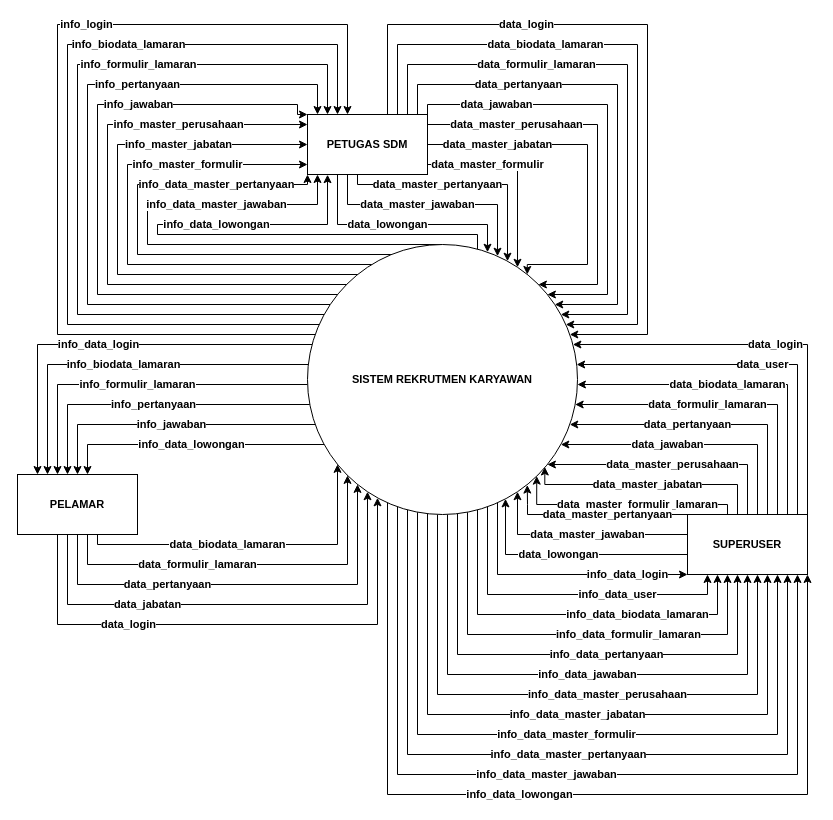
This is page "DIAGRAM CONTEXT" (1 of 7) of DFD v2.drawio from keys2505/tugas-akhir, a draw.io file, before an edit. Source tidied: cells renumbered, new cells numbered last; positions are measured from the earlier drawing's top-left corner, leaving out a move shared by most shapes. Both pictures are drawn from the tidied source at 100%, with x=0, y=0 at pixel (17, 24).
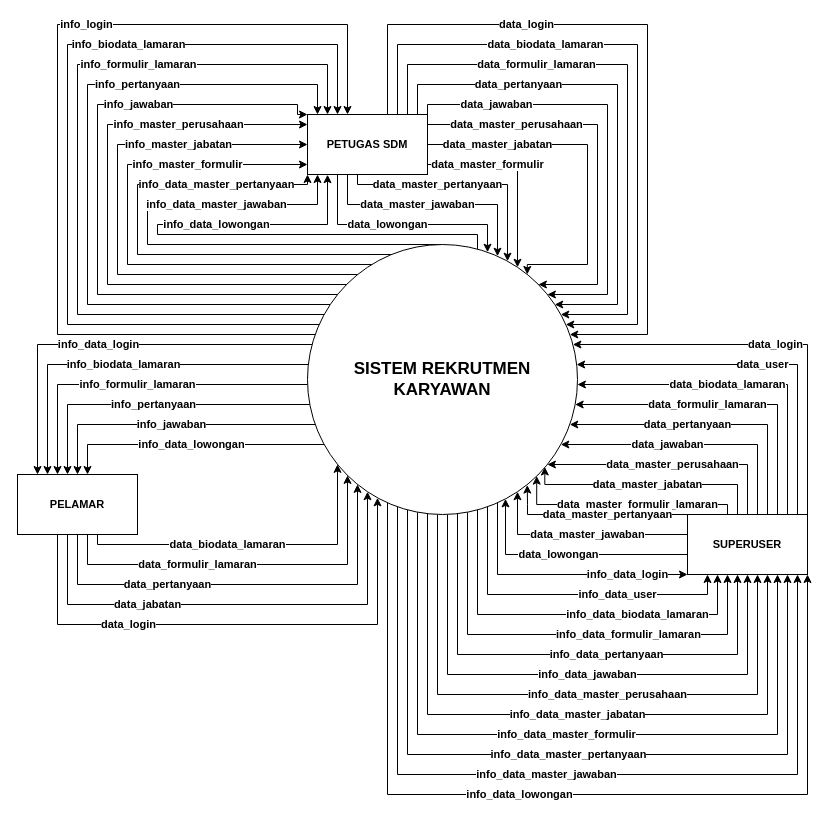
The same diagram, later.

Change to the diagram source:
```diff
@@
-    <mxCell id="31" value="&lt;font style=&quot;font-size: 11px;&quot;&gt;SISTEM REKRUTMEN KARYAWAN&lt;/font&gt;" style="ellipse;whiteSpace=wrap;html=1;direction=south;fontStyle=1;fontSize=11;" parent="1" vertex="1">
+    <mxCell id="31" value="&lt;font style=&quot;font-size: 17px;&quot;&gt;SISTEM REKRUTMEN KARYAWAN&lt;/font&gt;" style="ellipse;whiteSpace=wrap;html=1;direction=south;fontStyle=1;fontSize=11;" parent="1" vertex="1">
       <mxGeometry x="290" y="220" width="270" height="270" as="geometry" />
     </mxCell>
```
